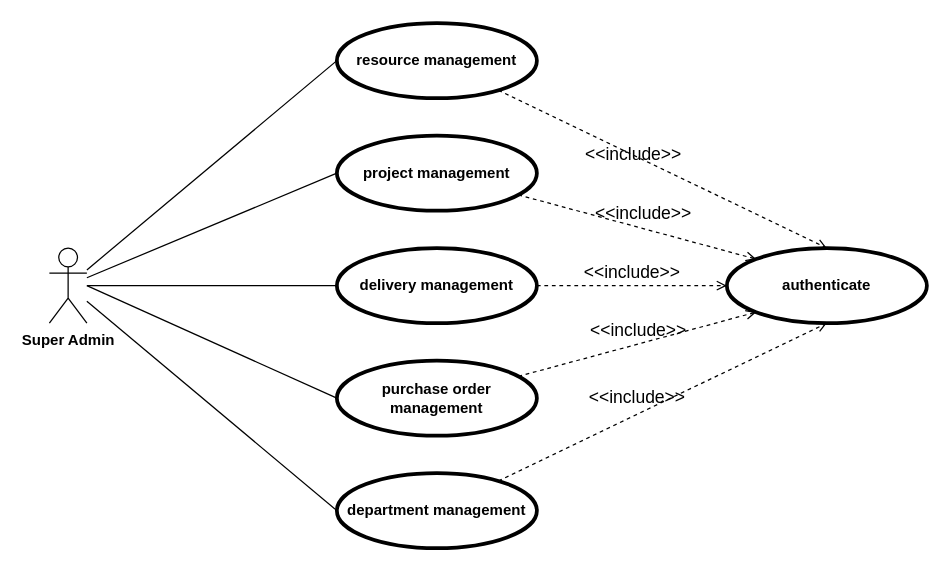
This is Use case Diagram.drawio from ZidiMedAmine/UML, a draw.io file, before an edit. Source tidied: cells renumbered, new cells numbered last; positions are measured from the earlier drawing's top-left corner, leaving out a move shared by most shapes. Both pictures are drawn from the tidied source at 125%, with x=0, y=0 at pixel (49, 22).
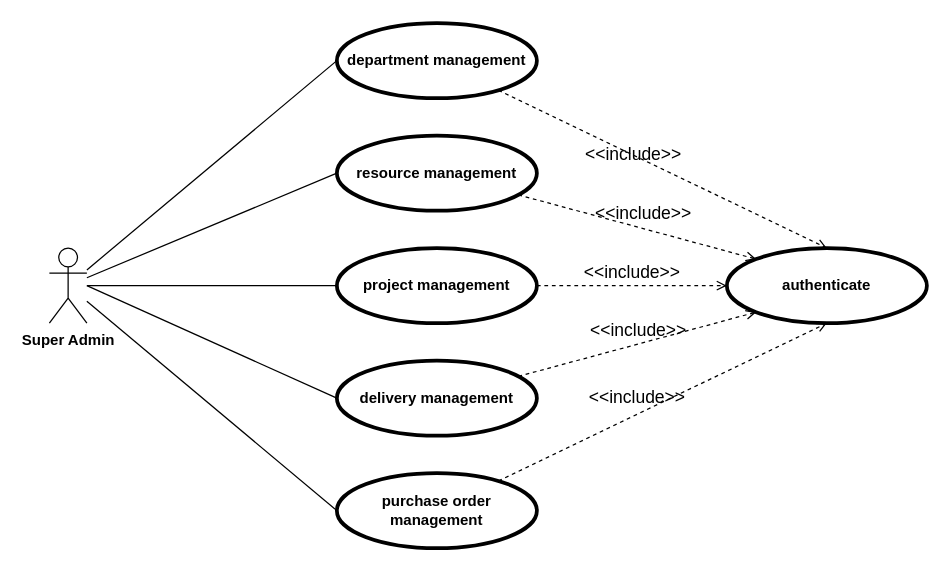
Above is the later version.

Change to the diagram source:
```diff
@@
 <mxGraphModel>
   <root>
     <mxCell id="0" />
     <mxCell id="1" parent="0" />
     <mxCell id="2" style="rounded=0;jettySize=auto;html=1;endArrow=none;endFill=0;entryX=0;entryY=0.5;entryDx=0;entryDy=0;" parent="1" edge="1" source="7" target="8">
       <mxGeometry relative="1" as="geometry" />
     </mxCell>
     <mxCell id="3" style="edgeStyle=none;rounded=0;jettySize=auto;html=1;endArrow=none;endFill=0;entryX=0;entryY=0.5;entryDx=0;entryDy=0;" parent="1" edge="1" source="7" target="9">
       <mxGeometry relative="1" as="geometry" />
     </mxCell>
     <mxCell id="4" style="edgeStyle=none;rounded=0;jettySize=auto;html=1;endArrow=none;endFill=0;entryX=0;entryY=0.5;entryDx=0;entryDy=0;" parent="1" edge="1" target="10">
       <mxGeometry relative="1" as="geometry">
         <mxPoint x="30" y="210" as="sourcePoint" />
       </mxGeometry>
     </mxCell>
     <mxCell id="5" style="edgeStyle=none;rounded=0;jettySize=auto;html=1;endArrow=none;endFill=0;entryX=0;entryY=0.5;entryDx=0;entryDy=0;" parent="1" edge="1" source="7" target="11">
       <mxGeometry relative="1" as="geometry" />
     </mxCell>
     <mxCell id="6" style="edgeStyle=none;rounded=0;jumpSize=9;jettySize=auto;html=1;entryX=0;entryY=0.5;entryDx=0;entryDy=0;shadow=0;fontSize=14;endArrow=none;endFill=0;" parent="1" edge="1" source="7" target="17">
       <mxGeometry relative="1" as="geometry" />
     </mxCell>
     <mxCell id="7" value="&lt;span style=&quot;font-weight: 700&quot;&gt;Super Admin&lt;/span&gt;" style="shape=umlActor;verticalLabelPosition=bottom;verticalAlign=top;html=1;outlineConnect=0;" parent="1" vertex="1">
       <mxGeometry y="180" width="30" height="60" as="geometry" />
     </mxCell>
-    <mxCell id="8" value="resource management" style="shape=ellipse;html=1;strokeWidth=3;fontStyle=1;whiteSpace=wrap;align=center;perimeter=ellipsePerimeter;" parent="1" vertex="1">
+    <mxCell id="8" value="department management" style="shape=ellipse;html=1;strokeWidth=3;fontStyle=1;whiteSpace=wrap;align=center;perimeter=ellipsePerimeter;" parent="1" vertex="1">
       <mxGeometry x="230" width="160" height="60" as="geometry" />
     </mxCell>
-    <mxCell id="9" value="project management" style="shape=ellipse;html=1;strokeWidth=3;fontStyle=1;whiteSpace=wrap;align=center;perimeter=ellipsePerimeter;" parent="1" vertex="1">
+    <mxCell id="9" value="resource management" style="shape=ellipse;html=1;strokeWidth=3;fontStyle=1;whiteSpace=wrap;align=center;perimeter=ellipsePerimeter;" parent="1" vertex="1">
       <mxGeometry x="230" y="90" width="160" height="60" as="geometry" />
     </mxCell>
-    <mxCell id="10" value="purchase order management" style="shape=ellipse;html=1;strokeWidth=3;fontStyle=1;whiteSpace=wrap;align=center;perimeter=ellipsePerimeter;" parent="1" vertex="1">
+    <mxCell id="10" value="delivery management" style="shape=ellipse;html=1;strokeWidth=3;fontStyle=1;whiteSpace=wrap;align=center;perimeter=ellipsePerimeter;" parent="1" vertex="1">
       <mxGeometry x="230" y="270" width="160" height="60" as="geometry" />
     </mxCell>
-    <mxCell id="11" value="department&amp;nbsp;management" style="shape=ellipse;html=1;strokeWidth=3;fontStyle=1;whiteSpace=wrap;align=center;perimeter=ellipsePerimeter;" parent="1" vertex="1">
+    <mxCell id="11" value="purchase order management" style="shape=ellipse;html=1;strokeWidth=3;fontStyle=1;whiteSpace=wrap;align=center;perimeter=ellipsePerimeter;" parent="1" vertex="1">
       <mxGeometry x="230" y="360" width="160" height="60" as="geometry" />
     </mxCell>
     <mxCell id="12" value="authenticate" style="shape=ellipse;html=1;strokeWidth=3;fontStyle=1;whiteSpace=wrap;align=center;perimeter=ellipsePerimeter;" parent="1" vertex="1">
       <mxGeometry x="542" y="180" width="160" height="60" as="geometry" />
     </mxCell>
     <mxCell id="13" value="&lt;font style=&quot;font-size: 14px&quot;&gt;&amp;lt;&amp;lt;include&amp;gt;&amp;gt;&lt;/font&gt;" style="html=1;verticalAlign=bottom;labelBackgroundColor=none;endArrow=open;endFill=0;dashed=1;rounded=0;jumpSize=9;entryX=0.5;entryY=0;entryDx=0;entryDy=0;" parent="1" edge="1" source="8" target="12">
       <mxGeometry x="-0.15" y="-10" relative="1" as="geometry" />
     </mxCell>
     <mxCell id="14" value="&amp;lt;&amp;lt;include&amp;gt;&amp;gt;" style="html=1;verticalAlign=bottom;labelBackgroundColor=none;endArrow=open;endFill=0;dashed=1;rounded=0;fontSize=14;jumpSize=9;entryX=0;entryY=0;entryDx=0;entryDy=0;" parent="1" edge="1" source="9" target="12">
       <mxGeometry x="0.05" y="1" relative="1" as="geometry" />
     </mxCell>
     <mxCell id="15" value="&amp;lt;&amp;lt;include&amp;gt;&amp;gt;" style="html=1;verticalAlign=bottom;labelBackgroundColor=none;endArrow=open;endFill=0;dashed=1;rounded=0;fontSize=14;jumpSize=9;entryX=0;entryY=1;entryDx=0;entryDy=0;" parent="1" edge="1" source="10" target="12">
       <mxGeometry relative="1" as="geometry" />
     </mxCell>
     <mxCell id="16" value="&amp;lt;&amp;lt;include&amp;gt;&amp;gt;" style="html=1;verticalAlign=bottom;labelBackgroundColor=none;endArrow=open;endFill=0;dashed=1;rounded=0;fontSize=14;jumpSize=9;shadow=0;entryX=0.5;entryY=1;entryDx=0;entryDy=0;" parent="1" edge="1" source="11" target="12">
       <mxGeometry x="-0.15" y="3" relative="1" as="geometry" />
     </mxCell>
-    <mxCell id="17" value="delivery management" style="shape=ellipse;html=1;strokeWidth=3;fontStyle=1;whiteSpace=wrap;align=center;perimeter=ellipsePerimeter;" parent="1" vertex="1">
+    <mxCell id="17" value="project management" style="shape=ellipse;html=1;strokeWidth=3;fontStyle=1;whiteSpace=wrap;align=center;perimeter=ellipsePerimeter;" parent="1" vertex="1">
       <mxGeometry x="230" y="180" width="160" height="60" as="geometry" />
     </mxCell>
     <mxCell id="18" value="&amp;lt;&amp;lt;include&amp;gt;&amp;gt;" style="html=1;verticalAlign=bottom;labelBackgroundColor=none;endArrow=open;endFill=0;dashed=1;rounded=0;shadow=0;fontSize=14;jumpSize=9;" parent="1" edge="1" source="17" target="12">
       <mxGeometry relative="1" as="geometry" />
     </mxCell>
   </root>
 </mxGraphModel>
```
